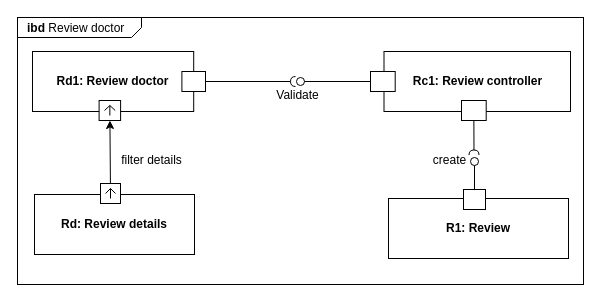
The draw.io diagram Diagrams/Development/IBD 13 - Review Doctor.drawio in RafaelCMira/myclinic-msp-project, before the edit. Source tidied: cells renumbered, new cells numbered last; positions are measured from the earlier drawing's top-left corner, leaving out a move shared by most shapes. Both pictures are drawn from the tidied source at 100%, with x=0, y=0 at pixel (17, 17).
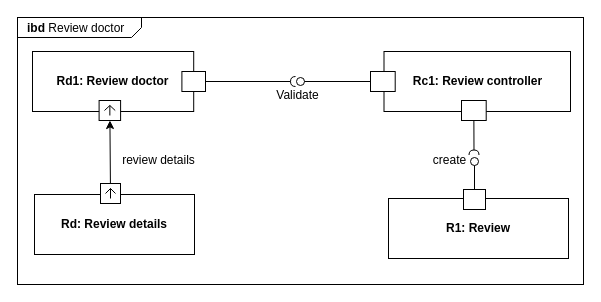
Above is the later version.

Change to the diagram source:
```diff
@@
-    <mxCell id="7" value="filter details" style="text;html=1;align=center;verticalAlign=middle;strokeColor=none;fillColor=none;" parent="1" vertex="1">
-      <mxGeometry x="94" y="130" width="79" height="26" as="geometry" />
+    <mxCell id="7" value="review details" style="text;html=1;align=center;verticalAlign=middle;strokeColor=none;fillColor=none;" parent="1" vertex="1">
+      <mxGeometry x="95" y="130" width="91" height="26" as="geometry" />
     </mxCell>
```
